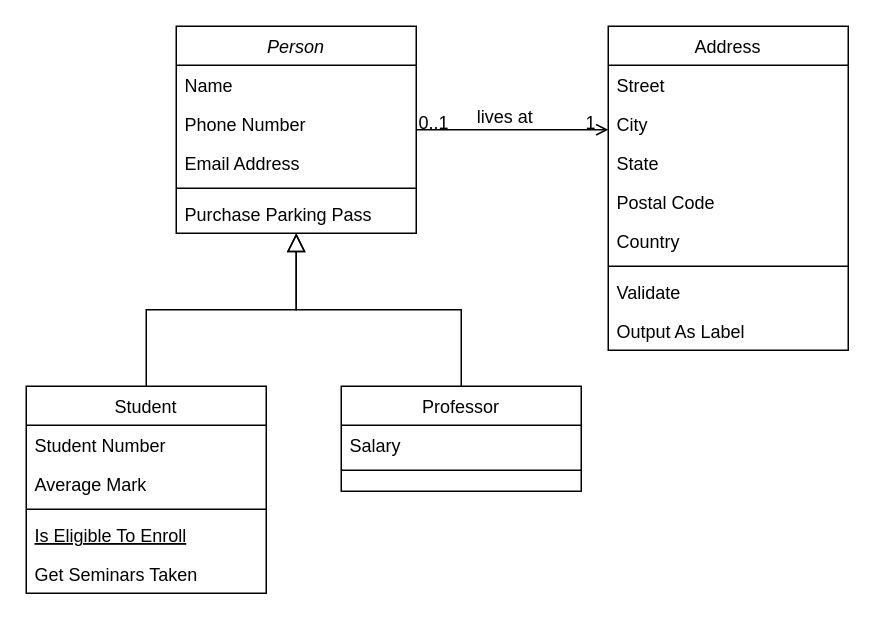
DanielDosSantosLima/bootcamp-generation-projeto-farmacia keeps this draw.io diagram as src/Untitled Diagram.drawio. Above is the earlier version. Source tidied: cells renumbered, new cells numbered last; positions are measured from the earlier drawing's top-left corner, leaving out a move shared by most shapes. Both pictures are drawn from the tidied source at 150%, with x=0, y=0 at pixel (26, 26).
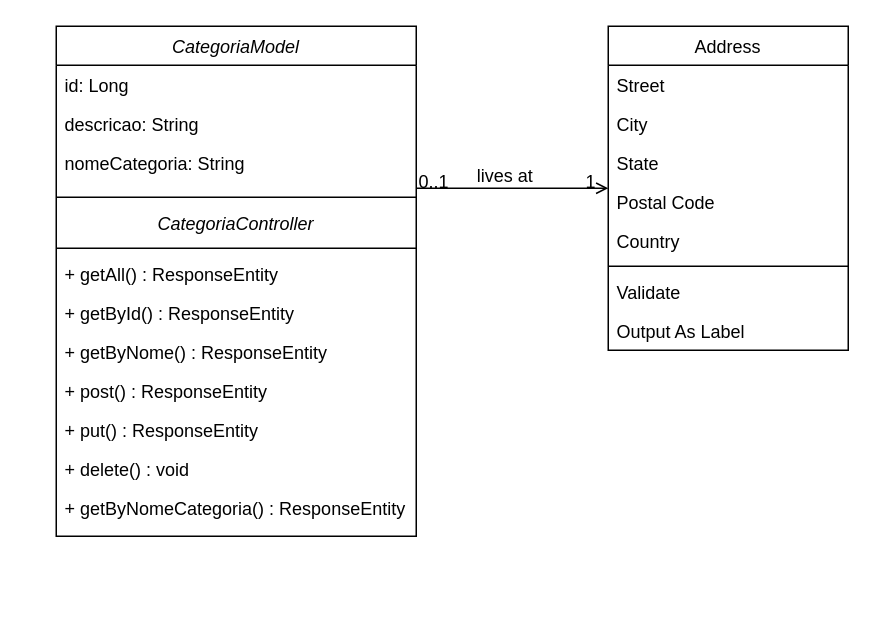
After the change.

Change to the diagram source:
```diff
@@
-    <mxCell id="2" value="Person" style="swimlane;fontStyle=2;align=center;verticalAlign=top;horizontal=1;startSize=26;rounded=0;shadow=0;strokeWidth=1;" parent="1" vertex="1">
-      <mxGeometry x="100" width="160" height="138" as="geometry" />
+    <mxCell id="2" value="CategoriaModel" style="swimlane;fontStyle=2;align=center;verticalAlign=top;horizontal=1;startSize=26;rounded=0;shadow=0;strokeWidth=1;" parent="1" vertex="1">
+      <mxGeometry x="20" width="240" height="340" as="geometry" />
     </mxCell>
-    <mxCell id="3" value="Name" style="text;align=left;verticalAlign=top;spacingLeft=4;spacingRight=4;overflow=hidden;" parent="2" vertex="1">
-      <mxGeometry y="26" width="160" height="26" as="geometry" />
+    <mxCell id="3" value="id: Long" style="text;align=left;verticalAlign=top;spacingLeft=4;spacingRight=4;overflow=hidden;" parent="2" vertex="1">
+      <mxGeometry y="26" width="240" height="26" as="geometry" />
     </mxCell>
-    <mxCell id="4" value="Phone Number" style="text;align=left;verticalAlign=top;spacingLeft=4;spacingRight=4;overflow=hidden;rounded=0;shadow=0;html=0;" parent="2" vertex="1">
-      <mxGeometry y="52" width="160" height="26" as="geometry" />
+    <mxCell id="4" value="descricao: String" style="text;align=left;verticalAlign=top;spacingLeft=4;spacingRight=4;overflow=hidden;rounded=0;shadow=0;html=0;" parent="2" vertex="1">
+      <mxGeometry y="52" width="240" height="26" as="geometry" />
     </mxCell>
-    <mxCell id="5" value="Email Address" style="text;align=left;verticalAlign=top;spacingLeft=4;spacingRight=4;overflow=hidden;rounded=0;shadow=0;html=0;" parent="2" vertex="1">
-      <mxGeometry y="78" width="160" height="26" as="geometry" />
+    <mxCell id="5" value="nomeCategoria: String" style="text;align=left;verticalAlign=top;spacingLeft=4;spacingRight=4;overflow=hidden;rounded=0;shadow=0;html=0;" parent="2" vertex="1">
+      <mxGeometry y="78" width="240" height="32" as="geometry" />
     </mxCell>
     <mxCell id="6" style="line;html=1;strokeWidth=1;align=left;verticalAlign=middle;spacingTop=-1;spacingLeft=3;spacingRight=3;labelPosition=right;" parent="2" vertex="1">
-      <mxGeometry y="104" width="160" height="8" as="geometry" />
+      <mxGeometry y="110" width="240" height="8" as="geometry" />
     </mxCell>
-    <mxCell id="7" value="Purchase Parking Pass" style="text;align=left;verticalAlign=top;spacingLeft=4;spacingRight=4;overflow=hidden;" parent="2" vertex="1">
-      <mxGeometry y="112" width="160" height="26" as="geometry" />
-    </mxCell>
-    <mxCell id="8" value="Student" style="swimlane;fontStyle=0;align=center;verticalAlign=top;horizontal=1;startSize=26;rounded=0;shadow=0;strokeWidth=1;" parent="1" vertex="1">
-      <mxGeometry y="240" width="160" height="138" as="geometry" />
-    </mxCell>
-    <mxCell id="9" value="Student Number" style="text;align=left;verticalAlign=top;spacingLeft=4;spacingRight=4;overflow=hidden;" parent="8" vertex="1">
-      <mxGeometry y="26" width="160" height="26" as="geometry" />
-    </mxCell>
-    <mxCell id="10" value="Average Mark" style="text;align=left;verticalAlign=top;spacingLeft=4;spacingRight=4;overflow=hidden;rounded=0;shadow=0;html=0;" parent="8" vertex="1">
-      <mxGeometry y="52" width="160" height="26" as="geometry" />
-    </mxCell>
-    <mxCell id="11" style="line;html=1;strokeWidth=1;align=left;verticalAlign=middle;spacingTop=-1;spacingLeft=3;spacingRight=3;labelPosition=right;" parent="8" vertex="1">
-      <mxGeometry y="78" width="160" height="8" as="geometry" />
-    </mxCell>
-    <mxCell id="12" value="Is Eligible To Enroll" style="text;align=left;verticalAlign=top;spacingLeft=4;spacingRight=4;overflow=hidden;fontStyle=4;" parent="8" vertex="1">
-      <mxGeometry y="86" width="160" height="26" as="geometry" />
-    </mxCell>
-    <mxCell id="13" value="Get Seminars Taken" style="text;align=left;verticalAlign=top;spacingLeft=4;spacingRight=4;overflow=hidden;" parent="8" vertex="1">
-      <mxGeometry y="112" width="160" height="26" as="geometry" />
-    </mxCell>
-    <mxCell id="14" style="endArrow=block;endSize=10;endFill=0;shadow=0;strokeWidth=1;rounded=0;curved=0;edgeStyle=elbowEdgeStyle;elbow=vertical;" parent="1" edge="1" source="8" target="2">
-      <mxGeometry relative="1" as="geometry" />
-    </mxCell>
-    <mxCell id="15" value="Professor" style="swimlane;fontStyle=0;align=center;verticalAlign=top;horizontal=1;startSize=26;rounded=0;shadow=0;strokeWidth=1;" parent="1" vertex="1">
-      <mxGeometry x="210" y="240" width="160" height="70" as="geometry" />
-    </mxCell>
-    <mxCell id="16" value="Salary" style="text;align=left;verticalAlign=top;spacingLeft=4;spacingRight=4;overflow=hidden;" parent="15" vertex="1">
-      <mxGeometry y="26" width="160" height="26" as="geometry" />
-    </mxCell>
-    <mxCell id="17" style="line;html=1;strokeWidth=1;align=left;verticalAlign=middle;spacingTop=-1;spacingLeft=3;spacingRight=3;labelPosition=right;" parent="15" vertex="1">
-      <mxGeometry y="52" width="160" height="8" as="geometry" />
-    </mxCell>
-    <mxCell id="18" style="endArrow=block;endSize=10;endFill=0;shadow=0;strokeWidth=1;rounded=0;curved=0;edgeStyle=elbowEdgeStyle;elbow=vertical;" parent="1" edge="1" source="15" target="2">
-      <mxGeometry relative="1" as="geometry" />
-    </mxCell>
+    <mxCell id="32" value="CategoriaController" style="text;align=center;verticalAlign=top;spacingLeft=4;spacingRight=4;overflow=hidden;fontStyle=2;" parent="2" vertex="1">
+      <mxGeometry y="118" width="240" height="26" as="geometry" />
+    </mxCell>
+    <mxCell id="33" style="line;html=1;strokeWidth=1;align=left;verticalAlign=middle;spacingTop=-1;spacingLeft=3;spacingRight=3;labelPosition=right;" parent="2" vertex="1">
+      <mxGeometry y="144" width="240" height="8" as="geometry" />
+    </mxCell>
+    <mxCell id="34" value="+ getAll() : ResponseEntity" style="text;align=left;verticalAlign=top;spacingLeft=4;spacingRight=4;overflow=hidden;" parent="2" vertex="1">
+      <mxGeometry y="152" width="240" height="26" as="geometry" />
+    </mxCell>
+    <mxCell id="35" value="+ getById() : ResponseEntity" style="text;align=left;verticalAlign=top;spacingLeft=4;spacingRight=4;overflow=hidden;" parent="2" vertex="1">
+      <mxGeometry y="178" width="240" height="26" as="geometry" />
+    </mxCell>
+    <mxCell id="36" value="+ getByNome() : ResponseEntity" style="text;align=left;verticalAlign=top;spacingLeft=4;spacingRight=4;overflow=hidden;" parent="2" vertex="1">
+      <mxGeometry y="204" width="240" height="26" as="geometry" />
+    </mxCell>
+    <mxCell id="37" value="+ post() : ResponseEntity" style="text;align=left;verticalAlign=top;spacingLeft=4;spacingRight=4;overflow=hidden;" parent="2" vertex="1">
+      <mxGeometry y="230" width="240" height="26" as="geometry" />
+    </mxCell>
+    <mxCell id="38" value="+ put() : ResponseEntity" style="text;align=left;verticalAlign=top;spacingLeft=4;spacingRight=4;overflow=hidden;" parent="2" vertex="1">
+      <mxGeometry y="256" width="240" height="26" as="geometry" />
+    </mxCell>
+    <mxCell id="39" value="+ delete() : void" style="text;align=left;verticalAlign=top;spacingLeft=4;spacingRight=4;overflow=hidden;" parent="2" vertex="1">
+      <mxGeometry y="282" width="240" height="26" as="geometry" />
+    </mxCell>
+    <mxCell id="40" value="+ getByNomeCategoria() : ResponseEntity" style="text;align=left;verticalAlign=top;spacingLeft=4;spacingRight=4;overflow=hidden;" parent="2" vertex="1">
+      <mxGeometry y="308" width="240" height="26" as="geometry" />
+    </mxCell>
```
